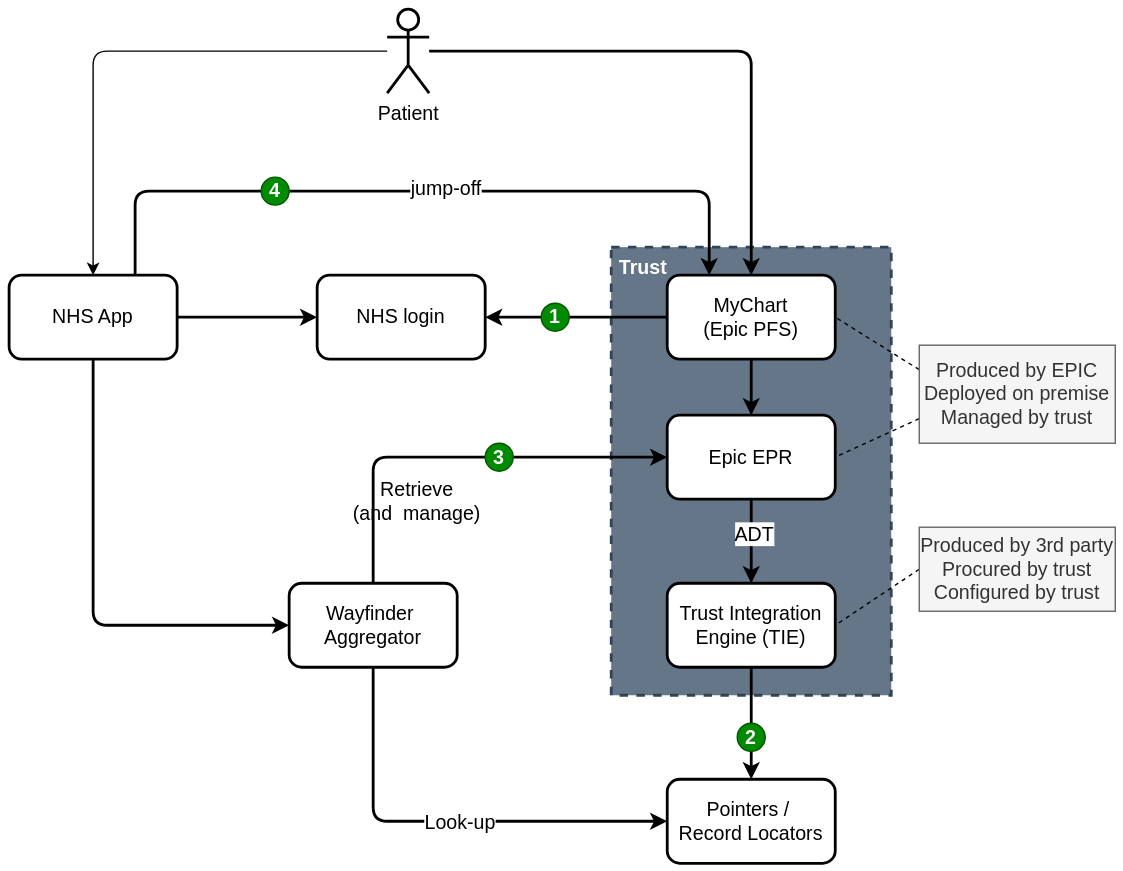
This is pages/images/Figure1.svg from NHSDigital/nhse-epr-integration, a draw.io export, as it was before one commit. Source tidied: cells renumbered, new cells last; positions are measured from the earlier drawing's top-left corner, leaving out a move shared by most shapes. The source it was exported from:
```xml
<mxGraphModel>
  <root>
    <mxCell id="0" />
    <mxCell id="1" parent="0" />
    <mxCell id="2" value="&amp;nbsp;Trust" style="rounded=0;whiteSpace=wrap;html=1;dashed=1;align=left;verticalAlign=top;fontStyle=1;fillColor=#647687;strokeColor=#314354;fontSize=14;strokeWidth=2;fontColor=#ffffff;" parent="1" vertex="1">
      <mxGeometry x="430" y="170" width="200" height="320" as="geometry" />
    </mxCell>
    <mxCell id="3" style="edgeStyle=orthogonalEdgeStyle;rounded=0;jettySize=auto;html=1;entryX=0.5;entryY=0;entryDx=0;entryDy=0;strokeWidth=2;fontSize=14;" parent="1" edge="1" source="5" target="7">
      <mxGeometry relative="1" as="geometry" />
    </mxCell>
    <mxCell id="4" value="ADT" style="edgeLabel;html=1;align=center;verticalAlign=middle;fontSize=14;" parent="3" vertex="1">
      <mxGeometry x="-0.2" y="1" relative="1" as="geometry" />
    </mxCell>
    <mxCell id="5" value="Epic EPR" style="rounded=1;whiteSpace=wrap;html=1;strokeWidth=2;fontSize=14;" parent="1" vertex="1">
      <mxGeometry x="470" y="290" width="120" height="60" as="geometry" />
    </mxCell>
    <mxCell id="6" style="edgeStyle=orthogonalEdgeStyle;rounded=0;jettySize=auto;html=1;strokeWidth=2;fontSize=14;" parent="1" edge="1" source="7" target="13">
      <mxGeometry relative="1" as="geometry" />
    </mxCell>
    <mxCell id="7" value="Trust Integration Engine (TIE)" style="rounded=1;whiteSpace=wrap;html=1;strokeWidth=2;fontSize=14;" parent="1" vertex="1">
      <mxGeometry x="470" y="410" width="120" height="60" as="geometry" />
    </mxCell>
    <mxCell id="8" style="rounded=0;jettySize=auto;html=1;entryX=1;entryY=0.5;entryDx=0;entryDy=0;endArrow=none;endFill=0;exitX=0;exitY=0.75;exitDx=0;exitDy=0;dashed=1;fontSize=14;" parent="1" edge="1" source="10" target="5">
      <mxGeometry relative="1" as="geometry" />
    </mxCell>
    <mxCell id="9" style="rounded=0;jettySize=auto;html=1;entryX=1;entryY=0.5;entryDx=0;entryDy=0;endArrow=none;endFill=0;exitX=0;exitY=0.25;exitDx=0;exitDy=0;dashed=1;fontSize=14;" parent="1" edge="1" source="10" target="30">
      <mxGeometry relative="1" as="geometry" />
    </mxCell>
    <mxCell id="10" value="Produced by EPIC&lt;div&gt;Deployed on premise&lt;/div&gt;&lt;div&gt;Managed by trust&lt;/div&gt;" style="rounded=0;whiteSpace=wrap;html=1;fillColor=#f5f5f5;fontColor=#333333;strokeColor=#666666;fontSize=14;" parent="1" vertex="1">
      <mxGeometry x="650" y="240" width="140" height="70" as="geometry" />
    </mxCell>
    <mxCell id="11" style="rounded=0;jettySize=auto;html=1;entryX=1;entryY=0.5;entryDx=0;entryDy=0;endArrow=none;endFill=0;exitX=0;exitY=0.5;exitDx=0;exitDy=0;dashed=1;fontSize=14;" parent="1" edge="1" source="12" target="7">
      <mxGeometry relative="1" as="geometry" />
    </mxCell>
    <mxCell id="12" value="Produced by 3rd party&lt;div&gt;Procured by trust&lt;br&gt;&lt;div&gt;Configured by trust&lt;/div&gt;&lt;/div&gt;" style="rounded=0;whiteSpace=wrap;html=1;fillColor=#f5f5f5;fontColor=#333333;strokeColor=#666666;fontSize=14;" parent="1" vertex="1">
      <mxGeometry x="650" y="370" width="140" height="60" as="geometry" />
    </mxCell>
    <mxCell id="13" value="Pointers /&amp;nbsp;&lt;div&gt;Record Locators&lt;/div&gt;" style="rounded=1;whiteSpace=wrap;html=1;strokeWidth=2;fontSize=14;" parent="1" vertex="1">
      <mxGeometry x="470" y="550" width="120" height="60" as="geometry" />
    </mxCell>
    <mxCell id="14" style="edgeStyle=orthogonalEdgeStyle;rounded=1;jettySize=auto;html=1;entryX=0;entryY=0.5;entryDx=0;entryDy=0;exitX=0.5;exitY=1;exitDx=0;exitDy=0;curved=0;strokeWidth=2;fontSize=14;" parent="1" edge="1" source="18" target="13">
      <mxGeometry relative="1" as="geometry" />
    </mxCell>
    <mxCell id="15" value="Look-up" style="edgeLabel;html=1;align=center;verticalAlign=middle;fontSize=14;" parent="14" vertex="1">
      <mxGeometry x="0.07" relative="1" as="geometry" />
    </mxCell>
    <mxCell id="16" style="edgeStyle=orthogonalEdgeStyle;rounded=1;jettySize=auto;html=1;entryX=0;entryY=0.5;entryDx=0;entryDy=0;exitX=0.5;exitY=0;exitDx=0;exitDy=0;curved=0;strokeWidth=2;fontSize=14;" parent="1" edge="1" source="18" target="5">
      <mxGeometry relative="1" as="geometry" />
    </mxCell>
    <mxCell id="17" value="Retrieve&lt;div&gt;(and&amp;nbsp;&lt;span style=&quot;background-color: initial;&quot;&gt;&amp;nbsp;manage)&lt;/span&gt;&lt;/div&gt;" style="edgeLabel;html=1;align=center;verticalAlign=middle;labelBackgroundColor=none;fontSize=14;" parent="16" vertex="1">
      <mxGeometry x="-0.11" relative="1" as="geometry">
        <mxPoint x="-14" y="30" as="offset" />
      </mxGeometry>
    </mxCell>
    <mxCell id="18" value="Wayfinder&amp;nbsp;&lt;div&gt;Aggregator&lt;/div&gt;" style="rounded=1;whiteSpace=wrap;html=1;strokeWidth=2;fontSize=14;" parent="1" vertex="1">
      <mxGeometry x="200" y="410" width="120" height="60" as="geometry" />
    </mxCell>
    <mxCell id="19" style="edgeStyle=orthogonalEdgeStyle;rounded=0;jettySize=auto;html=1;entryX=0;entryY=0.5;entryDx=0;entryDy=0;strokeWidth=2;fontSize=14;" parent="1" edge="1" source="23" target="24">
      <mxGeometry relative="1" as="geometry" />
    </mxCell>
    <mxCell id="20" style="edgeStyle=orthogonalEdgeStyle;rounded=1;jettySize=auto;html=1;entryX=0;entryY=0.5;entryDx=0;entryDy=0;exitX=0.5;exitY=1;exitDx=0;exitDy=0;curved=0;strokeWidth=2;fontSize=14;" parent="1" edge="1" source="23" target="18">
      <mxGeometry relative="1" as="geometry" />
    </mxCell>
    <mxCell id="21" style="edgeStyle=orthogonalEdgeStyle;rounded=1;jettySize=auto;html=1;exitX=0.75;exitY=0;exitDx=0;exitDy=0;entryX=0.25;entryY=0;entryDx=0;entryDy=0;curved=0;strokeWidth=2;fontSize=14;" parent="1" edge="1" source="23" target="30">
      <mxGeometry relative="1" as="geometry">
        <Array as="points">
          <mxPoint x="90" y="130" />
          <mxPoint x="500" y="130" />
        </Array>
      </mxGeometry>
    </mxCell>
    <mxCell id="22" value="jump-off" style="edgeLabel;html=1;align=center;verticalAlign=middle;fontSize=14;" parent="21" vertex="1">
      <mxGeometry x="0.06" y="3" relative="1" as="geometry" />
    </mxCell>
    <mxCell id="23" value="NHS App" style="rounded=1;whiteSpace=wrap;html=1;strokeWidth=2;fontSize=14;" parent="1" vertex="1">
      <mxGeometry y="190" width="120" height="60" as="geometry" />
    </mxCell>
    <mxCell id="24" value="NHS login" style="rounded=1;whiteSpace=wrap;html=1;strokeWidth=2;fontSize=14;" parent="1" vertex="1">
      <mxGeometry x="220" y="190" width="120" height="60" as="geometry" />
    </mxCell>
    <mxCell id="25" style="edgeStyle=orthogonalEdgeStyle;rounded=1;jettySize=auto;html=1;curved=0;fontSize=14;" parent="1" edge="1" source="27" target="23">
      <mxGeometry relative="1" as="geometry" />
    </mxCell>
    <mxCell id="26" style="edgeStyle=orthogonalEdgeStyle;rounded=1;jettySize=auto;html=1;curved=0;strokeWidth=2;fontSize=14;" parent="1" edge="1" source="27" target="30">
      <mxGeometry relative="1" as="geometry" />
    </mxCell>
    <mxCell id="27" value="Patient" style="shape=umlActor;verticalLabelPosition=bottom;verticalAlign=top;html=1;outlineConnect=0;fontSize=14;strokeWidth=2;" parent="1" vertex="1">
      <mxGeometry x="270" width="30" height="60" as="geometry" />
    </mxCell>
    <mxCell id="28" style="edgeStyle=orthogonalEdgeStyle;rounded=0;jettySize=auto;html=1;strokeWidth=2;fontSize=14;" parent="1" edge="1" source="30" target="5">
      <mxGeometry relative="1" as="geometry" />
    </mxCell>
    <mxCell id="29" style="edgeStyle=orthogonalEdgeStyle;rounded=0;jettySize=auto;html=1;entryX=1;entryY=0.5;entryDx=0;entryDy=0;strokeWidth=2;fontSize=14;" parent="1" edge="1" source="30" target="24">
      <mxGeometry relative="1" as="geometry" />
    </mxCell>
    <mxCell id="30" value="MyChart&lt;div&gt;(Epic PFS)&lt;/div&gt;" style="rounded=1;whiteSpace=wrap;html=1;strokeWidth=2;fontSize=14;" parent="1" vertex="1">
      <mxGeometry x="470" y="190" width="120" height="60" as="geometry" />
    </mxCell>
    <mxCell id="31" value="1" style="ellipse;whiteSpace=wrap;html=1;fillColor=#008a00;strokeColor=#005700;fontSize=14;fontStyle=1;fontColor=#ffffff;" parent="1" vertex="1">
      <mxGeometry x="380" y="210" width="20" height="20" as="geometry" />
    </mxCell>
    <mxCell id="32" value="2" style="ellipse;whiteSpace=wrap;html=1;fillColor=#008a00;strokeColor=#005700;fontSize=14;fontColor=#ffffff;fontStyle=1;" parent="1" vertex="1">
      <mxGeometry x="520" y="510" width="20" height="20" as="geometry" />
    </mxCell>
    <mxCell id="33" value="3" style="ellipse;whiteSpace=wrap;html=1;fillColor=#008a00;strokeColor=#005700;fontSize=14;fontStyle=1;fontColor=#ffffff;" parent="1" vertex="1">
      <mxGeometry x="340" y="310" width="20" height="20" as="geometry" />
    </mxCell>
    <mxCell id="34" value="4" style="ellipse;whiteSpace=wrap;html=1;fillColor=#008a00;strokeColor=#005700;fontSize=14;fontColor=#ffffff;fontStyle=1;" parent="1" vertex="1">
      <mxGeometry x="180" y="120" width="20" height="20" as="geometry" />
    </mxCell>
  </root>
</mxGraphModel>
```
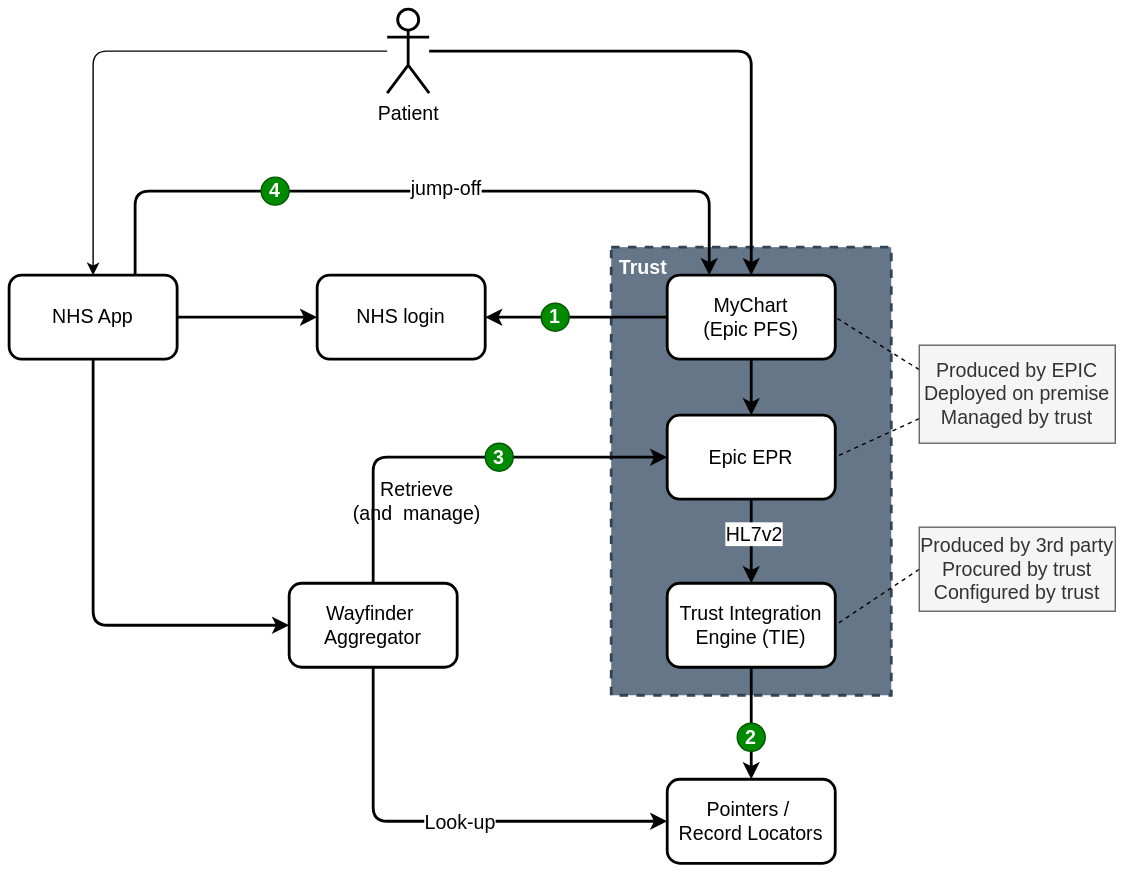
The same file after the commit.

The edit, as a diff of the source:
```diff
@@ -8,9 +8,9 @@
     <mxCell id="3" style="edgeStyle=orthogonalEdgeStyle;rounded=0;jettySize=auto;html=1;entryX=0.5;entryY=0;entryDx=0;entryDy=0;strokeWidth=2;fontSize=14;" parent="1" edge="1" source="5" target="7">
       <mxGeometry relative="1" as="geometry" />
     </mxCell>
-    <mxCell id="4" value="ADT" style="edgeLabel;html=1;align=center;verticalAlign=middle;fontSize=14;" parent="3" vertex="1">
-      <mxGeometry x="-0.2" y="1" relative="1" as="geometry" />
-    </mxCell>
+    <mxCell id="35" value="HL7v2" style="edgeLabel;html=1;align=center;verticalAlign=middle;fontSize=14;" parent="3" vertex="1">
+      <mxGeometry x="-0.2" y="1" relative="1" as="geometry" />
+    </mxCell>
     <mxCell id="5" value="Epic EPR" style="rounded=1;whiteSpace=wrap;html=1;strokeWidth=2;fontSize=14;" parent="1" vertex="1">
       <mxGeometry x="470" y="290" width="120" height="60" as="geometry" />
     </mxCell>
```
